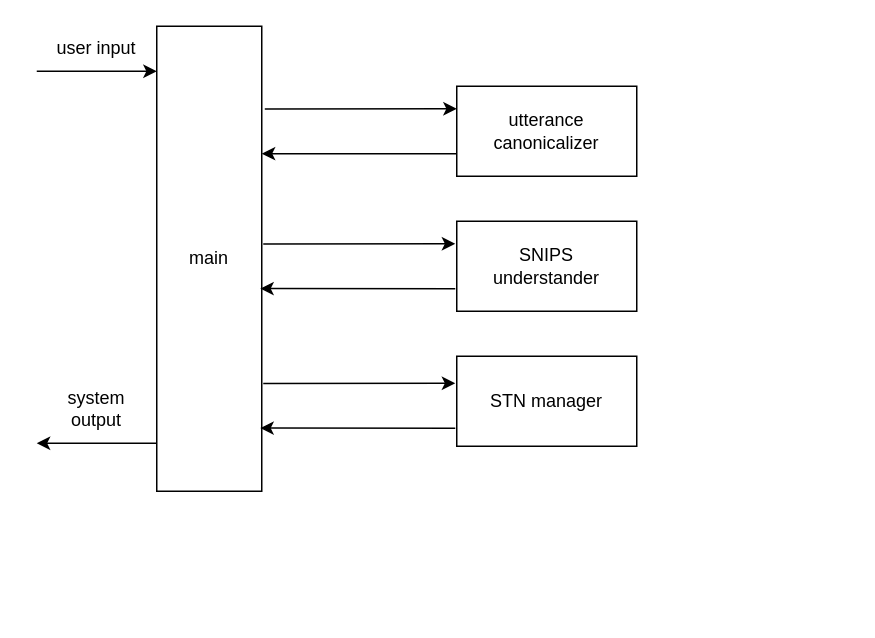
The draw.io diagram docs/images/sample-arch.drawio in c4a-ri/dialbb, before the edit. Source tidied: cells renumbered, new cells numbered last; positions are measured from the earlier drawing's top-left corner, leaving out a move shared by most shapes. Both pictures are drawn from the tidied source at 150%, with x=0, y=0 at pixel (36, 26).
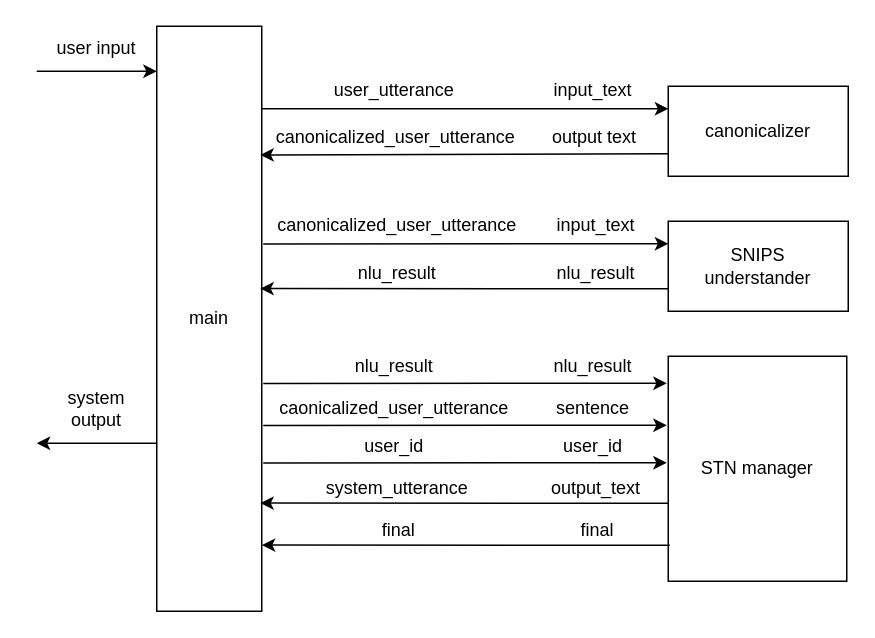
The same diagram, later.

Commit message (it also covers changes not shown here):
doc figure updated, sample config fixed

Diff of the diagram source:
```diff
@@
     <mxCell id="2" value="main" style="rounded=0;whiteSpace=wrap;html=1;" parent="1" vertex="1">
-      <mxGeometry x="80" width="70" height="310" as="geometry" />
+      <mxGeometry x="80" width="70" height="390" as="geometry" />
     </mxCell>
-    <mxCell id="3" value="utterance canonicalizer" style="rounded=0;whiteSpace=wrap;html=1;" parent="1" vertex="1">
-      <mxGeometry x="280" y="40" width="120" height="60" as="geometry" />
+    <mxCell id="3" value="canonicalizer" style="rounded=0;whiteSpace=wrap;html=1;" parent="1" vertex="1">
+      <mxGeometry x="421" y="40" width="120" height="60" as="geometry" />
     </mxCell>
     <mxCell id="4" value="SNIPS &lt;br&gt;understander" style="rounded=0;whiteSpace=wrap;html=1;" parent="1" vertex="1">
-      <mxGeometry x="280" y="130" width="120" height="60" as="geometry" />
+      <mxGeometry x="421" y="130" width="120" height="60" as="geometry" />
     </mxCell>
     <mxCell id="5" value="STN manager" style="rounded=0;whiteSpace=wrap;html=1;" parent="1" vertex="1">
-      <mxGeometry x="280" y="220" width="120" height="60" as="geometry" />
+      <mxGeometry x="421" y="220" width="119" height="150" as="geometry" />
     </mxCell>
-    <mxCell id="6" style="endArrow=classic;html=1;rounded=0;exitX=1.029;exitY=0.178;exitDx=0;exitDy=0;exitPerimeter=0;entryX=0;entryY=0.25;entryDx=0;entryDy=0;" parent="1" edge="1" source="2" target="3">
+    <mxCell id="6" style="endArrow=classic;html=1;rounded=0;exitX=0.996;exitY=0.141;exitDx=0;exitDy=0;exitPerimeter=0;entryX=0;entryY=0.25;entryDx=0;entryDy=0;" parent="1" edge="1" source="2" target="3">
       <mxGeometry relative="1" as="geometry" />
     </mxCell>
-    <mxCell id="7" style="endArrow=classic;html=1;rounded=0;exitX=0;exitY=0.75;exitDx=0;exitDy=0;entryX=1;entryY=0.274;entryDx=0;entryDy=0;entryPerimeter=0;" parent="1" edge="1" source="3" target="2">
+    <mxCell id="7" style="endArrow=classic;html=1;rounded=0;exitX=0;exitY=0.75;exitDx=0;exitDy=0;entryX=0.986;entryY=0.22;entryDx=0;entryDy=0;entryPerimeter=0;" parent="1" edge="1" source="3" target="2">
       <mxGeometry relative="1" as="geometry" />
     </mxCell>
-    <mxCell id="8" style="endArrow=classic;html=1;rounded=0;exitX=1.029;exitY=0.178;exitDx=0;exitDy=0;exitPerimeter=0;entryX=0;entryY=0.25;entryDx=0;entryDy=0;" parent="1" edge="1">
+    <mxCell id="8" style="endArrow=classic;html=1;rounded=0;exitX=1.029;exitY=0.178;exitDx=0;exitDy=0;exitPerimeter=0;entryX=0;entryY=0.25;entryDx=0;entryDy=0;" parent="1" edge="1" target="4">
       <mxGeometry relative="1" as="geometry">
         <mxPoint x="151" y="145.2" as="sourcePoint" />
-        <mxPoint x="279" y="145" as="targetPoint" />
       </mxGeometry>
     </mxCell>
-    <mxCell id="9" style="endArrow=classic;html=1;rounded=0;exitX=0;exitY=0.75;exitDx=0;exitDy=0;entryX=1;entryY=0.274;entryDx=0;entryDy=0;entryPerimeter=0;" parent="1" edge="1">
+    <mxCell id="9" style="endArrow=classic;html=1;rounded=0;exitX=0;exitY=0.75;exitDx=0;exitDy=0;entryX=1;entryY=0.274;entryDx=0;entryDy=0;entryPerimeter=0;" parent="1" edge="1" source="4">
       <mxGeometry relative="1" as="geometry">
-        <mxPoint x="279" y="175" as="sourcePoint" />
         <mxPoint x="149" y="174.9" as="targetPoint" />
       </mxGeometry>
     </mxCell>
-    <mxCell id="10" style="endArrow=classic;html=1;rounded=0;exitX=1.029;exitY=0.178;exitDx=0;exitDy=0;exitPerimeter=0;entryX=0;entryY=0.25;entryDx=0;entryDy=0;" parent="1" edge="1">
+    <mxCell id="10" style="endArrow=classic;html=1;rounded=0;exitX=1.029;exitY=0.178;exitDx=0;exitDy=0;exitPerimeter=0;" parent="1" edge="1">
       <mxGeometry relative="1" as="geometry">
         <mxPoint x="151" y="238.2" as="sourcePoint" />
-        <mxPoint x="279" y="238" as="targetPoint" />
+        <mxPoint x="420" y="238" as="targetPoint" />
       </mxGeometry>
     </mxCell>
-    <mxCell id="11" style="endArrow=classic;html=1;rounded=0;exitX=0;exitY=0.75;exitDx=0;exitDy=0;entryX=1;entryY=0.274;entryDx=0;entryDy=0;entryPerimeter=0;" parent="1" edge="1">
-      <mxGeometry relative="1" as="geometry">
-        <mxPoint x="279" y="268" as="sourcePoint" />
-        <mxPoint x="149" y="267.9" as="targetPoint" />
-      </mxGeometry>
-    </mxCell>
@@
+    <mxCell id="16" value="input_text" style="text;html=1;strokeColor=none;fillColor=none;align=center;verticalAlign=middle;whiteSpace=wrap;rounded=0;" parent="1" vertex="1">
+      <mxGeometry x="341" y="27.5" width="60" height="30" as="geometry" />
+    </mxCell>
+    <mxCell id="17" value="user_utterance" style="text;html=1;strokeColor=none;fillColor=none;align=center;verticalAlign=middle;whiteSpace=wrap;rounded=0;" parent="1" vertex="1">
+      <mxGeometry x="196" y="31" width="85" height="23" as="geometry" />
+    </mxCell>
+    <mxCell id="18" value="canonicalized_user_utterance" style="text;html=1;strokeColor=none;fillColor=none;align=center;verticalAlign=middle;whiteSpace=wrap;rounded=0;" parent="1" vertex="1">
+      <mxGeometry x="197" y="62" width="85" height="23" as="geometry" />
+    </mxCell>
+    <mxCell id="19" value="output text" style="text;html=1;strokeColor=none;fillColor=none;align=center;verticalAlign=middle;whiteSpace=wrap;rounded=0;" parent="1" vertex="1">
+      <mxGeometry x="342" y="58.5" width="60" height="30" as="geometry" />
+    </mxCell>
+    <mxCell id="20" value="canonicalized_user_utterance" style="text;html=1;strokeColor=none;fillColor=none;align=center;verticalAlign=middle;whiteSpace=wrap;rounded=0;" parent="1" vertex="1">
+      <mxGeometry x="198" y="121" width="85" height="23" as="geometry" />
+    </mxCell>
+    <mxCell id="21" value="input_text" style="text;html=1;strokeColor=none;fillColor=none;align=center;verticalAlign=middle;whiteSpace=wrap;rounded=0;" parent="1" vertex="1">
+      <mxGeometry x="343" y="117.5" width="60" height="30" as="geometry" />
+    </mxCell>
+    <mxCell id="22" value="nlu_result" style="text;html=1;strokeColor=none;fillColor=none;align=center;verticalAlign=middle;whiteSpace=wrap;rounded=0;" parent="1" vertex="1">
+      <mxGeometry x="198" y="153" width="85" height="23" as="geometry" />
+    </mxCell>
+    <mxCell id="23" value="nlu_result" style="text;html=1;strokeColor=none;fillColor=none;align=center;verticalAlign=middle;whiteSpace=wrap;rounded=0;" parent="1" vertex="1">
+      <mxGeometry x="343" y="149.5" width="60" height="30" as="geometry" />
+    </mxCell>
+    <mxCell id="24" value="nlu_result" style="text;html=1;strokeColor=none;fillColor=none;align=center;verticalAlign=middle;whiteSpace=wrap;rounded=0;" parent="1" vertex="1">
+      <mxGeometry x="196" y="215.5" width="85" height="23" as="geometry" />
+    </mxCell>
+    <mxCell id="25" value="nlu_result" style="text;html=1;strokeColor=none;fillColor=none;align=center;verticalAlign=middle;whiteSpace=wrap;rounded=0;" parent="1" vertex="1">
+      <mxGeometry x="341" y="212" width="60" height="30" as="geometry" />
+    </mxCell>
+    <mxCell id="26" style="endArrow=classic;html=1;rounded=0;exitX=1.029;exitY=0.178;exitDx=0;exitDy=0;exitPerimeter=0;" parent="1" edge="1">
+      <mxGeometry relative="1" as="geometry">
+        <mxPoint x="151" y="266.2" as="sourcePoint" />
+        <mxPoint x="420" y="266" as="targetPoint" />
+      </mxGeometry>
+    </mxCell>
+    <mxCell id="27" value="caonicalized_user_utterance" style="text;html=1;strokeColor=none;fillColor=none;align=center;verticalAlign=middle;whiteSpace=wrap;rounded=0;" parent="1" vertex="1">
+      <mxGeometry x="196" y="243.5" width="85" height="23" as="geometry" />
+    </mxCell>
+    <mxCell id="28" value="sentence" style="text;html=1;strokeColor=none;fillColor=none;align=center;verticalAlign=middle;whiteSpace=wrap;rounded=0;" parent="1" vertex="1">
+      <mxGeometry x="341" y="240" width="60" height="30" as="geometry" />
+    </mxCell>
+    <mxCell id="29" value="user_id" style="text;html=1;strokeColor=none;fillColor=none;align=center;verticalAlign=middle;whiteSpace=wrap;rounded=0;" parent="1" vertex="1">
+      <mxGeometry x="196" y="268.5" width="85" height="23" as="geometry" />
+    </mxCell>
+    <mxCell id="30" style="endArrow=classic;html=1;rounded=0;exitX=1.029;exitY=0.178;exitDx=0;exitDy=0;exitPerimeter=0;" parent="1" edge="1">
+      <mxGeometry relative="1" as="geometry">
+        <mxPoint x="151" y="291.2" as="sourcePoint" />
+        <mxPoint x="420" y="291" as="targetPoint" />
+      </mxGeometry>
+    </mxCell>
+    <mxCell id="31" value="user_id" style="text;html=1;strokeColor=none;fillColor=none;align=center;verticalAlign=middle;whiteSpace=wrap;rounded=0;" parent="1" vertex="1">
+      <mxGeometry x="341" y="265" width="60" height="30" as="geometry" />
+    </mxCell>
+    <mxCell id="32" value="system_utterance" style="text;html=1;strokeColor=none;fillColor=none;align=center;verticalAlign=middle;whiteSpace=wrap;rounded=0;" parent="1" vertex="1">
+      <mxGeometry x="198" y="296" width="85" height="23" as="geometry" />
+    </mxCell>
+    <mxCell id="33" value="output_text" style="text;html=1;strokeColor=none;fillColor=none;align=center;verticalAlign=middle;whiteSpace=wrap;rounded=0;" parent="1" vertex="1">
+      <mxGeometry x="343" y="292.5" width="60" height="30" as="geometry" />
+    </mxCell>
+    <mxCell id="34" style="endArrow=classic;html=1;rounded=0;exitX=0;exitY=0.75;exitDx=0;exitDy=0;entryX=1;entryY=0.274;entryDx=0;entryDy=0;entryPerimeter=0;" parent="1" edge="1">
+      <mxGeometry relative="1" as="geometry">
+        <mxPoint x="421" y="318" as="sourcePoint" />
+        <mxPoint x="149" y="317.9" as="targetPoint" />
+      </mxGeometry>
+    </mxCell>
+    <mxCell id="35" value="final" style="text;html=1;strokeColor=none;fillColor=none;align=center;verticalAlign=middle;whiteSpace=wrap;rounded=0;" parent="1" vertex="1">
+      <mxGeometry x="199" y="324" width="85" height="23" as="geometry" />
+    </mxCell>
+    <mxCell id="36" value="final" style="text;html=1;strokeColor=none;fillColor=none;align=center;verticalAlign=middle;whiteSpace=wrap;rounded=0;" parent="1" vertex="1">
+      <mxGeometry x="344" y="320.5" width="60" height="30" as="geometry" />
+    </mxCell>
+    <mxCell id="37" style="endArrow=classic;html=1;rounded=0;exitX=0;exitY=0.75;exitDx=0;exitDy=0;entryX=1;entryY=0.274;entryDx=0;entryDy=0;entryPerimeter=0;" parent="1" edge="1">
+      <mxGeometry relative="1" as="geometry">
+        <mxPoint x="422" y="346" as="sourcePoint" />
+        <mxPoint x="150" y="345.9" as="targetPoint" />
+      </mxGeometry>
+    </mxCell>
```
